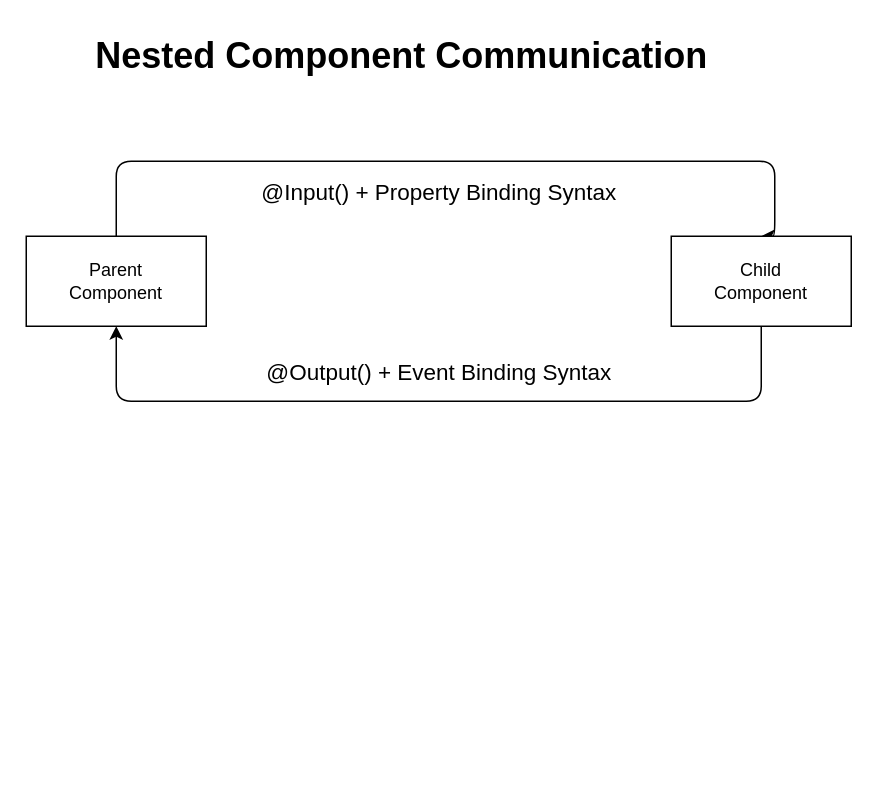
The draw.io diagram page "Page-5" (5 of 8) of ng.drawio in synergy2411/ng-tcs, before the edit. Source tidied: cells renumbered, new cells numbered last; positions are measured from the earlier drawing's top-left corner, leaving out a move shared by most shapes. Both pictures are drawn from the tidied source at 150%, with x=0, y=0 at pixel (26, 26).
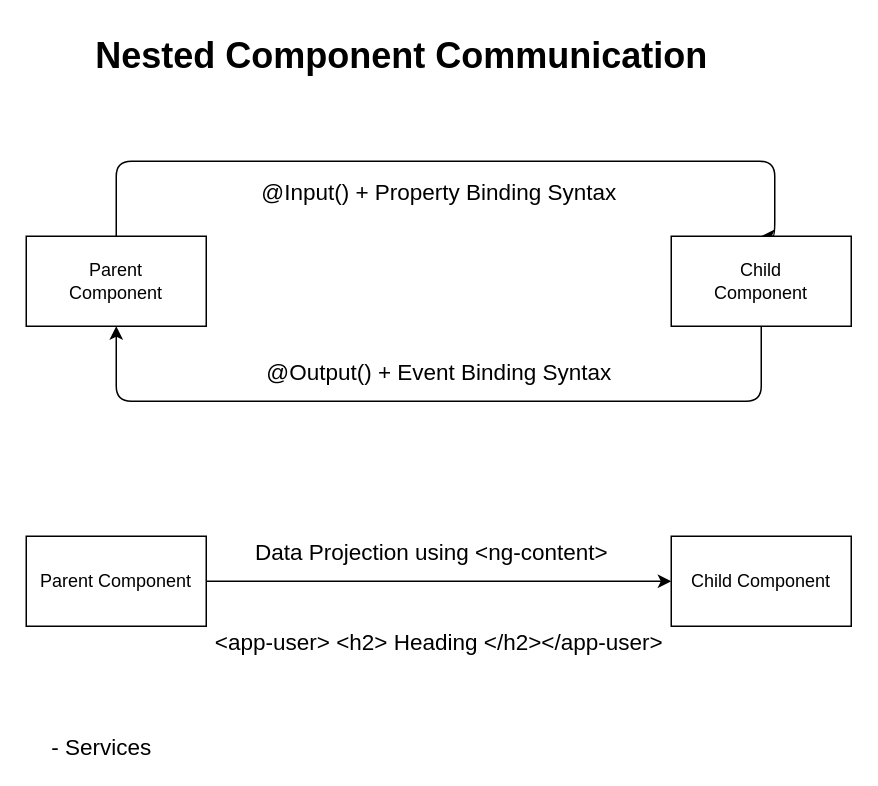
The same page after the edit.

Change to the diagram source:
```diff
@@
 <mxGraphModel>
   <root>
     <mxCell id="0" />
     <mxCell id="1" parent="0" />
     <mxCell id="2" value="Nested Component Communication" style="text;strokeColor=none;fillColor=none;html=1;fontSize=24;fontStyle=1;verticalAlign=middle;align=center;" parent="1" vertex="1">
       <mxGeometry x="200" width="100" height="40" as="geometry" />
     </mxCell>
     <mxCell id="3" style="edgeStyle=orthogonalEdgeStyle;rounded=1;jettySize=auto;html=1;exitX=0.5;exitY=0;exitDx=0;exitDy=0;entryX=0.5;entryY=0;entryDx=0;entryDy=0;" parent="1" edge="1" source="4" target="6">
       <mxGeometry relative="1" as="geometry">
         <Array as="points">
           <mxPoint x="60" y="90" />
           <mxPoint x="499" y="90" />
           <mxPoint x="499" y="140" />
         </Array>
       </mxGeometry>
     </mxCell>
     <mxCell id="4" value="Parent&lt;br&gt;Component" style="rounded=0;whiteSpace=wrap;html=1;" parent="1" vertex="1">
       <mxGeometry y="140" width="120" height="60" as="geometry" />
     </mxCell>
     <mxCell id="5" style="edgeStyle=orthogonalEdgeStyle;rounded=1;jettySize=auto;html=1;exitX=0.5;exitY=1;exitDx=0;exitDy=0;entryX=0.5;entryY=1;entryDx=0;entryDy=0;fontSize=15;" parent="1" edge="1" source="6" target="4">
       <mxGeometry relative="1" as="geometry">
         <Array as="points">
           <mxPoint x="490" y="250" />
           <mxPoint x="60" y="250" />
         </Array>
       </mxGeometry>
     </mxCell>
     <mxCell id="6" value="Child&lt;br&gt;Component" style="rounded=0;whiteSpace=wrap;html=1;" parent="1" vertex="1">
       <mxGeometry x="430" y="140" width="120" height="60" as="geometry" />
     </mxCell>
     <mxCell id="7" value="@Input() + Property Binding Syntax" style="text;html=1;align=center;verticalAlign=middle;strokeColor=none;fontSize=15;" parent="1" vertex="1">
       <mxGeometry x="150" y="100" width="250" height="20" as="geometry" />
     </mxCell>
     <mxCell id="8" value="@Output() + Event Binding Syntax" style="text;html=1;align=center;verticalAlign=middle;strokeColor=none;fontSize=15;" parent="1" vertex="1">
       <mxGeometry x="150" y="220" width="250" height="20" as="geometry" />
     </mxCell>
+    <mxCell id="9" style="edgeStyle=orthogonalEdgeStyle;rounded=0;jettySize=auto;html=1;" parent="1" edge="1" source="10" target="11">
+      <mxGeometry relative="1" as="geometry" />
+    </mxCell>
+    <mxCell id="10" value="Parent Component" style="rounded=0;whiteSpace=wrap;html=1;" parent="1" vertex="1">
+      <mxGeometry y="340" width="120" height="60" as="geometry" />
+    </mxCell>
+    <mxCell id="11" value="Child Component" style="rounded=0;whiteSpace=wrap;html=1;" parent="1" vertex="1">
+      <mxGeometry x="430" y="340" width="120" height="60" as="geometry" />
+    </mxCell>
+    <mxCell id="12" value="Data Projection using &amp;lt;ng-content&amp;gt;" style="text;html=1;align=center;verticalAlign=middle;strokeColor=none;fontSize=15;" parent="1" vertex="1">
+      <mxGeometry x="145" y="340" width="250" height="20" as="geometry" />
+    </mxCell>
+    <mxCell id="13" value="&amp;lt;app-user&amp;gt; &amp;lt;h2&amp;gt; Heading &amp;lt;/h2&amp;gt;&amp;lt;/app-user&amp;gt;" style="text;html=1;align=center;verticalAlign=middle;strokeColor=none;fontSize=15;" parent="1" vertex="1">
+      <mxGeometry x="120" y="400" width="310" height="20" as="geometry" />
+    </mxCell>
+    <mxCell id="14" value="- Services" style="text;html=1;align=center;verticalAlign=middle;strokeColor=none;fontSize=15;" parent="1" vertex="1">
+      <mxGeometry x="10" y="470" width="80" height="20" as="geometry" />
+    </mxCell>
   </root>
 </mxGraphModel>
```
